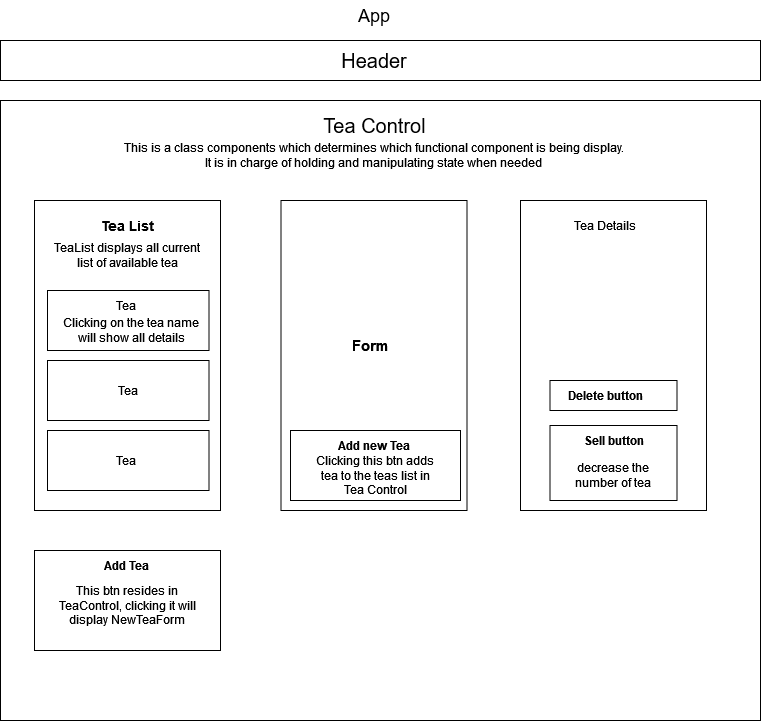
Before: src/images/TeaShop.drawio.png, a diagram exported from draw.io (DaniyaYelemessova/Tea-Shop-Inventory-Tracker-Epicodus). Source tidied: cells renumbered, new cells last; positions are measured from the earlier drawing's top-left corner, leaving out a move shared by most shapes. Source of this version:
```xml
<mxGraphModel>
  <root>
    <mxCell id="0" />
    <mxCell id="1" parent="0" />
    <mxCell id="2" value="&lt;font style=&quot;font-size: 18px;&quot;&gt;App&lt;/font&gt;" style="text;strokeColor=none;align=center;fillColor=none;html=1;verticalAlign=middle;whiteSpace=wrap;rounded=0;" parent="1" vertex="1">
      <mxGeometry x="319" width="110" height="30" as="geometry" />
    </mxCell>
    <mxCell id="3" style="rounded=0;whiteSpace=wrap;html=1;" parent="1" vertex="1">
      <mxGeometry y="40" width="760" height="40" as="geometry" />
    </mxCell>
    <mxCell id="4" value="&lt;font style=&quot;font-size: 20px;&quot;&gt;Header&lt;/font&gt;" style="text;strokeColor=none;align=center;fillColor=none;html=1;verticalAlign=middle;whiteSpace=wrap;rounded=0;" parent="1" vertex="1">
      <mxGeometry x="331" y="45" width="86" height="30" as="geometry" />
    </mxCell>
    <mxCell id="5" style="rounded=0;whiteSpace=wrap;html=1;" parent="1" vertex="1">
      <mxGeometry y="100" width="760" height="620" as="geometry" />
    </mxCell>
    <mxCell id="6" value="&lt;font size=&quot;1&quot;&gt;&lt;span style=&quot;font-size: 20px;&quot;&gt;Tea Control&lt;/span&gt;&lt;/font&gt;" style="text;strokeColor=none;align=center;fillColor=none;html=1;verticalAlign=middle;whiteSpace=wrap;rounded=0;" parent="1" vertex="1">
      <mxGeometry x="303.5" y="110" width="141" height="30" as="geometry" />
    </mxCell>
    <mxCell id="7" value="&lt;div&gt;This is a class components which determines which functional component is being display.&lt;/div&gt;&lt;div&gt;It is in charge of holding and manipulating state when needed&lt;br&gt;&lt;/div&gt;" style="text;strokeColor=none;align=center;fillColor=none;html=1;verticalAlign=middle;whiteSpace=wrap;rounded=0;" parent="1" vertex="1">
      <mxGeometry x="34" y="140" width="680" height="30" as="geometry" />
    </mxCell>
    <mxCell id="8" style="rounded=0;whiteSpace=wrap;html=1;" parent="1" vertex="1">
      <mxGeometry x="34" y="200" width="186" height="310" as="geometry" />
    </mxCell>
    <mxCell id="9" style="rounded=0;whiteSpace=wrap;html=1;" parent="1" vertex="1">
      <mxGeometry x="280.5" y="200" width="186" height="310" as="geometry" />
    </mxCell>
    <mxCell id="10" style="rounded=0;whiteSpace=wrap;html=1;" parent="1" vertex="1">
      <mxGeometry x="520" y="200" width="186" height="310" as="geometry" />
    </mxCell>
    <mxCell id="11" style="rounded=0;whiteSpace=wrap;html=1;" parent="1" vertex="1">
      <mxGeometry x="34" y="550" width="186" height="100" as="geometry" />
    </mxCell>
    <mxCell id="12" style="rounded=0;whiteSpace=wrap;html=1;" parent="1" vertex="1">
      <mxGeometry x="290" y="430" width="170" height="70" as="geometry" />
    </mxCell>
    <mxCell id="13" value="&lt;b&gt;&lt;font style=&quot;font-size: 14px;&quot;&gt;Tea List&lt;/font&gt;&lt;/b&gt;" style="text;strokeColor=none;align=center;fillColor=none;html=1;verticalAlign=middle;whiteSpace=wrap;rounded=0;" parent="1" vertex="1">
      <mxGeometry x="85.5" y="210" width="83" height="30" as="geometry" />
    </mxCell>
    <mxCell id="14" value="TeaList displays all current list of available tea" style="text;strokeColor=none;align=center;fillColor=none;html=1;verticalAlign=middle;whiteSpace=wrap;rounded=0;" parent="1" vertex="1">
      <mxGeometry x="47" y="240" width="160" height="30" as="geometry" />
    </mxCell>
    <mxCell id="15" style="rounded=0;whiteSpace=wrap;html=1;" parent="1" vertex="1">
      <mxGeometry x="47" y="290" width="161.5" height="60" as="geometry" />
    </mxCell>
    <mxCell id="16" value="Tea" style="text;strokeColor=none;align=center;fillColor=none;html=1;verticalAlign=middle;whiteSpace=wrap;rounded=0;" parent="1" vertex="1">
      <mxGeometry x="96.2" y="290" width="60" height="30" as="geometry" />
    </mxCell>
    <mxCell id="17" value="Clicking on the tea name will show all details" style="text;strokeColor=none;align=center;fillColor=none;html=1;verticalAlign=middle;whiteSpace=wrap;rounded=0;" parent="1" vertex="1">
      <mxGeometry x="52.5" y="320" width="156" height="20" as="geometry" />
    </mxCell>
    <mxCell id="18" style="rounded=0;whiteSpace=wrap;html=1;" parent="1" vertex="1">
      <mxGeometry x="47" y="360" width="161.5" height="60" as="geometry" />
    </mxCell>
    <mxCell id="19" style="rounded=0;whiteSpace=wrap;html=1;" parent="1" vertex="1">
      <mxGeometry x="47" y="430" width="161.5" height="60" as="geometry" />
    </mxCell>
    <mxCell id="20" value="Tea" style="text;strokeColor=none;align=center;fillColor=none;html=1;verticalAlign=middle;whiteSpace=wrap;rounded=0;" parent="1" vertex="1">
      <mxGeometry x="96.2" y="445" width="60" height="30" as="geometry" />
    </mxCell>
    <mxCell id="21" value="Tea" style="text;strokeColor=none;align=center;fillColor=none;html=1;verticalAlign=middle;whiteSpace=wrap;rounded=0;" parent="1" vertex="1">
      <mxGeometry x="97.8" y="375" width="60" height="30" as="geometry" />
    </mxCell>
    <mxCell id="22" value="&lt;b&gt;Add Tea&lt;/b&gt;" style="text;strokeColor=none;align=center;fillColor=none;html=1;verticalAlign=middle;whiteSpace=wrap;rounded=0;" parent="1" vertex="1">
      <mxGeometry x="96.2" y="550" width="60" height="30" as="geometry" />
    </mxCell>
    <mxCell id="23" value="This btn resides in TeaControl, clicking it will display NewTeaForm" style="text;strokeColor=none;align=center;fillColor=none;html=1;verticalAlign=middle;whiteSpace=wrap;rounded=0;" parent="1" vertex="1">
      <mxGeometry x="53.2" y="580" width="147.5" height="50" as="geometry" />
    </mxCell>
    <mxCell id="24" value="&lt;b&gt;&lt;font style=&quot;font-size: 15px;&quot;&gt;Form&lt;/font&gt;&lt;/b&gt;" style="text;strokeColor=none;align=center;fillColor=none;html=1;verticalAlign=middle;whiteSpace=wrap;rounded=0;" parent="1" vertex="1">
      <mxGeometry x="340" y="330" width="60" height="30" as="geometry" />
    </mxCell>
    <mxCell id="25" value="&lt;b&gt;Add new Tea &lt;/b&gt;" style="text;strokeColor=none;align=center;fillColor=none;html=1;verticalAlign=middle;whiteSpace=wrap;rounded=0;" parent="1" vertex="1">
      <mxGeometry x="336" y="430" width="76" height="30" as="geometry" />
    </mxCell>
    <mxCell id="26" value="Clicking this btn adds tea to the teas list in Tea Control" style="text;strokeColor=none;align=center;fillColor=none;html=1;verticalAlign=middle;whiteSpace=wrap;rounded=0;" parent="1" vertex="1">
      <mxGeometry x="310" y="460" width="130" height="30" as="geometry" />
    </mxCell>
    <mxCell id="27" value="Tea Details" style="text;strokeColor=none;align=center;fillColor=none;html=1;verticalAlign=middle;whiteSpace=wrap;rounded=0;" parent="1" vertex="1">
      <mxGeometry x="560" y="210" width="90" height="30" as="geometry" />
    </mxCell>
    <mxCell id="28" style="rounded=0;whiteSpace=wrap;html=1;" parent="1" vertex="1">
      <mxGeometry x="549.5" y="380" width="127" height="30" as="geometry" />
    </mxCell>
    <mxCell id="29" value="&lt;b&gt;Delete button&lt;/b&gt;" style="text;strokeColor=none;align=center;fillColor=none;html=1;verticalAlign=middle;whiteSpace=wrap;rounded=0;" parent="1" vertex="1">
      <mxGeometry x="557.8" y="380" width="94.5" height="30" as="geometry" />
    </mxCell>
    <mxCell id="30" style="rounded=0;whiteSpace=wrap;html=1;" parent="1" vertex="1">
      <mxGeometry x="549.5" y="425" width="127" height="75" as="geometry" />
    </mxCell>
    <mxCell id="31" value="&lt;b&gt;Sell button&lt;/b&gt;" style="text;strokeColor=none;align=center;fillColor=none;html=1;verticalAlign=middle;whiteSpace=wrap;rounded=0;" parent="1" vertex="1">
      <mxGeometry x="564.5" y="430" width="97" height="20" as="geometry" />
    </mxCell>
    <mxCell id="32" value="decrease the number of tea" style="text;strokeColor=none;align=center;fillColor=none;html=1;verticalAlign=middle;whiteSpace=wrap;rounded=0;" parent="1" vertex="1">
      <mxGeometry x="558" y="460" width="110" height="30" as="geometry" />
    </mxCell>
  </root>
</mxGraphModel>
```
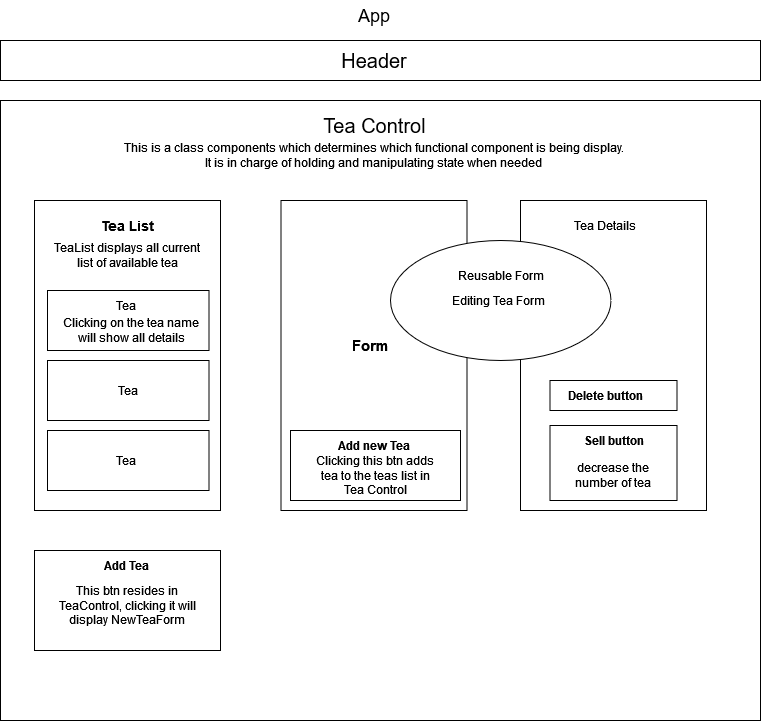
After the commit.

Diff of the diagram source:
```diff
@@ -95,5 +95,14 @@
     <mxCell id="32" value="decrease the number of tea" style="text;strokeColor=none;align=center;fillColor=none;html=1;verticalAlign=middle;whiteSpace=wrap;rounded=0;" parent="1" vertex="1">
       <mxGeometry x="558" y="460" width="110" height="30" as="geometry" />
     </mxCell>
+    <mxCell id="33" style="ellipse;whiteSpace=wrap;html=1;" parent="1" vertex="1">
+      <mxGeometry x="390" y="240" width="220.5" height="120" as="geometry" />
+    </mxCell>
+    <mxCell id="34" value="Reusable Form" style="text;strokeColor=none;align=center;fillColor=none;html=1;verticalAlign=middle;whiteSpace=wrap;rounded=0;" parent="1" vertex="1">
+      <mxGeometry x="453.5" y="260" width="93.5" height="30" as="geometry" />
+    </mxCell>
+    <mxCell id="35" value="Editing Tea Form" style="text;strokeColor=none;align=center;fillColor=none;html=1;verticalAlign=middle;whiteSpace=wrap;rounded=0;" parent="1" vertex="1">
+      <mxGeometry x="440" y="285" width="116.5" height="30" as="geometry" />
+    </mxCell>
   </root>
 </mxGraphModel>
```
